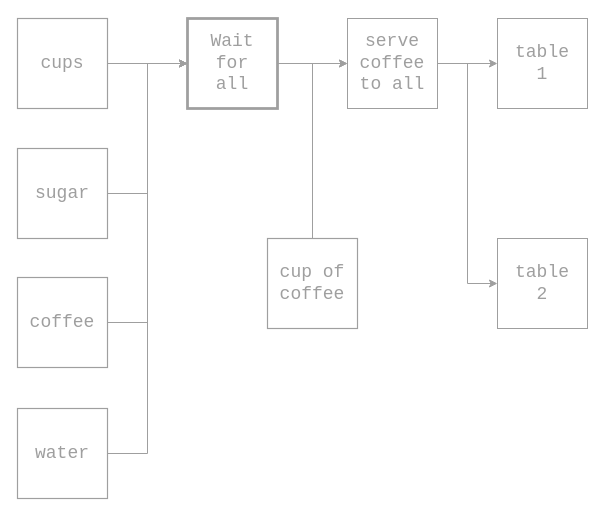
Before: _SRC/assets/drawio/Algo_as_Grafcet1.drawio in disco85/myblog, a draw.io diagram. Source tidied: cells renumbered, new cells numbered last; positions are measured from the earlier drawing's top-left corner, leaving out a move shared by most shapes. Both pictures are drawn from the tidied source at 100%, with x=0, y=0 at pixel (17, 18).
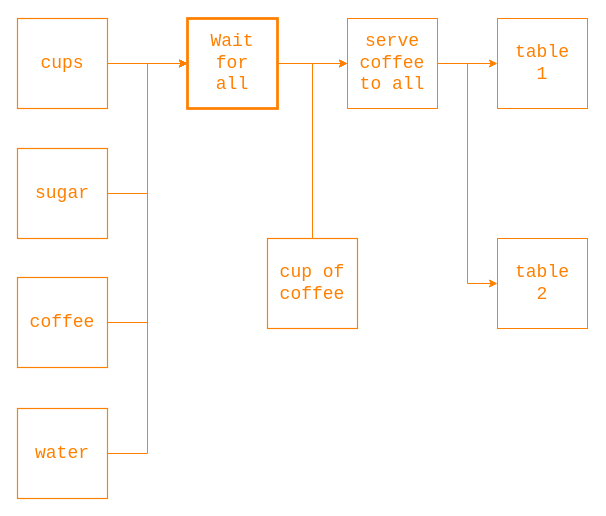
After the change.

Change to the diagram source:
```diff
@@
-    <mxCell id="2" style="edgeStyle=orthogonalEdgeStyle;rounded=0;jettySize=auto;html=1;exitX=1;exitY=0.5;exitDx=0;exitDy=0;strokeColor=#9F9F9F;fontColor=#9F9F9F;fontFamily=Monospace;fontSize=18;entryX=0;entryY=0.5;entryDx=0;entryDy=0;" parent="1" edge="1" source="3" target="11">
+    <mxCell id="2" style="edgeStyle=orthogonalEdgeStyle;rounded=0;jettySize=auto;html=1;exitX=1;exitY=0.5;exitDx=0;exitDy=0;strokeColor=#FF8000;fontColor=#FF8000;fontFamily=Monospace;fontSize=18;entryX=0;entryY=0.5;entryDx=0;entryDy=0;" parent="1" edge="1" source="3" target="11">
       <mxGeometry relative="1" as="geometry" />
     </mxCell>
-    <mxCell id="3" value="cups" style="text;html=1;whiteSpace=wrap;strokeColor=#9F9F9F;fillColor=none;align=center;verticalAlign=middle;rounded=0;fontSize=18;fontColor=#9F9F9F;fontFamily=Monospace;strokeWidth=1.1810999999999998;" parent="1" vertex="1">
+    <mxCell id="3" value="cups" style="text;html=1;whiteSpace=wrap;strokeColor=#FF8000;fillColor=none;align=center;verticalAlign=middle;rounded=0;fontSize=18;fontColor=#FF8000;fontFamily=Monospace;strokeWidth=1.1810999999999998;" parent="1" vertex="1">
       <mxGeometry width="90" height="90" as="geometry" />
     </mxCell>
-    <mxCell id="4" value="serve&lt;div&gt;coffee&lt;/div&gt;&lt;div&gt;to all&lt;/div&gt;" style="text;html=1;whiteSpace=wrap;strokeColor=#9F9F9F;fillColor=none;align=center;verticalAlign=middle;rounded=0;fontSize=18;points=[[0,0,0,0,0],[0,0.25,0,0,0],[0,0.5,0,0,0],[0,0.75,0,0,0],[0,1,0,0,0],[0.25,0,0,0,0],[0.25,1,0,0,0],[0.4,1,0,0,0],[0.5,0,0,0,0],[0.5,1,0,0,0],[0.63,1,0,0,0],[0.75,0,0,0,0],[0.75,1,0,0,0],[1,0,0,0,0],[1,0.25,0,0,0],[1,0.5,0,0,0],[1,0.75,0,0,0],[1,1,0,0,0]];fontColor=#9F9F9F;fontFamily=Monospace;" parent="1" vertex="1">
+    <mxCell id="4" value="serve&lt;div&gt;coffee&lt;/div&gt;&lt;div&gt;to all&lt;/div&gt;" style="text;html=1;whiteSpace=wrap;strokeColor=#FF8000;fillColor=none;align=center;verticalAlign=middle;rounded=0;fontSize=18;points=[[0,0,0,0,0],[0,0.25,0,0,0],[0,0.5,0,0,0],[0,0.75,0,0,0],[0,1,0,0,0],[0.25,0,0,0,0],[0.25,1,0,0,0],[0.4,1,0,0,0],[0.5,0,0,0,0],[0.5,1,0,0,0],[0.63,1,0,0,0],[0.75,0,0,0,0],[0.75,1,0,0,0],[1,0,0,0,0],[1,0.25,0,0,0],[1,0.5,0,0,0],[1,0.75,0,0,0],[1,1,0,0,0]];fontColor=#FF8000;fontFamily=Monospace;" parent="1" vertex="1">
       <mxGeometry x="330" width="90" height="90" as="geometry" />
     </mxCell>
@@
-    <mxCell id="11" value="Wait&lt;div&gt;for&lt;/div&gt;&lt;div&gt;all&lt;/div&gt;" style="text;html=1;whiteSpace=wrap;strokeColor=#9F9F9F;fillColor=none;align=center;verticalAlign=middle;rounded=0;fontSize=18;fontColor=#9F9F9F;fontFamily=Monospace;strokeWidth=2.7558999999999996;" parent="1" vertex="1">
+    <mxCell id="11" value="Wait&lt;div&gt;for&lt;/div&gt;&lt;div&gt;all&lt;/div&gt;" style="text;html=1;whiteSpace=wrap;strokeColor=#FF8000;fillColor=none;align=center;verticalAlign=middle;rounded=0;fontSize=18;fontColor=#FF8000;fontFamily=Monospace;strokeWidth=2.7558999999999996;" parent="1" vertex="1">
       <mxGeometry x="170" width="90" height="90" as="geometry" />
     </mxCell>
-    <mxCell id="12" style="edgeStyle=orthogonalEdgeStyle;rounded=0;jettySize=auto;html=1;exitX=1;exitY=0.5;exitDx=0;exitDy=0;entryX=0;entryY=0.5;entryDx=0;entryDy=0;entryPerimeter=0;strokeColor=#9F9F9F;align=center;verticalAlign=middle;fontFamily=Monospace;fontSize=18;fontColor=#9F9F9F;labelBackgroundColor=default;endArrow=classic;" parent="1" edge="1" source="11" target="4">
+    <mxCell id="12" style="edgeStyle=orthogonalEdgeStyle;rounded=0;jettySize=auto;html=1;exitX=1;exitY=0.5;exitDx=0;exitDy=0;entryX=0;entryY=0.5;entryDx=0;entryDy=0;entryPerimeter=0;strokeColor=#FF8000;align=center;verticalAlign=middle;fontFamily=Monospace;fontSize=18;fontColor=#FF8000;labelBackgroundColor=default;endArrow=classic;" parent="1" edge="1" source="11" target="4">
       <mxGeometry relative="1" as="geometry" />
     </mxCell>
-    <mxCell id="13" style="edgeStyle=orthogonalEdgeStyle;rounded=0;jettySize=auto;html=1;exitX=1;exitY=0.5;exitDx=0;exitDy=0;entryX=0;entryY=0.5;entryDx=0;entryDy=0;strokeColor=#9F9F9F;align=center;verticalAlign=middle;fontFamily=Monospace;fontSize=18;fontColor=#9F9F9F;labelBackgroundColor=default;endArrow=classic;" parent="1" edge="1" source="14" target="11">
+    <mxCell id="13" style="edgeStyle=orthogonalEdgeStyle;rounded=0;jettySize=auto;html=1;exitX=1;exitY=0.5;exitDx=0;exitDy=0;entryX=0;entryY=0.5;entryDx=0;entryDy=0;strokeColor=#FF8000;align=center;verticalAlign=middle;fontFamily=Monospace;fontSize=18;fontColor=#FF8000;labelBackgroundColor=default;endArrow=classic;" parent="1" edge="1" source="14" target="11">
       <mxGeometry relative="1" as="geometry" />
     </mxCell>
-    <mxCell id="14" value="sugar" style="text;html=1;whiteSpace=wrap;strokeColor=#9F9F9F;fillColor=none;align=center;verticalAlign=middle;rounded=0;fontSize=18;fontColor=#9F9F9F;fontFamily=Monospace;strokeWidth=1.1810999999999998;" parent="1" vertex="1">
+    <mxCell id="14" value="sugar" style="text;html=1;whiteSpace=wrap;strokeColor=#FF8000;fillColor=none;align=center;verticalAlign=middle;rounded=0;fontSize=18;fontColor=#FF8000;fontFamily=Monospace;strokeWidth=1.1810999999999998;" parent="1" vertex="1">
       <mxGeometry y="130" width="90" height="90" as="geometry" />
     </mxCell>
-    <mxCell id="15" style="edgeStyle=orthogonalEdgeStyle;rounded=0;jettySize=auto;html=1;exitX=1;exitY=0.5;exitDx=0;exitDy=0;entryX=0;entryY=0.5;entryDx=0;entryDy=0;strokeColor=#9F9F9F;align=center;verticalAlign=middle;fontFamily=Monospace;fontSize=18;fontColor=#9F9F9F;labelBackgroundColor=default;endArrow=classic;" parent="1" edge="1" source="16" target="11">
+    <mxCell id="15" style="edgeStyle=orthogonalEdgeStyle;rounded=0;jettySize=auto;html=1;exitX=1;exitY=0.5;exitDx=0;exitDy=0;entryX=0;entryY=0.5;entryDx=0;entryDy=0;strokeColor=#FF8000;align=center;verticalAlign=middle;fontFamily=Monospace;fontSize=18;fontColor=#FF8000;labelBackgroundColor=default;endArrow=classic;" parent="1" edge="1" source="16" target="11">
       <mxGeometry relative="1" as="geometry" />
     </mxCell>
-    <mxCell id="16" value="coffee" style="text;html=1;whiteSpace=wrap;strokeColor=#9F9F9F;fillColor=none;align=center;verticalAlign=middle;rounded=0;fontSize=18;fontColor=#9F9F9F;fontFamily=Monospace;strokeWidth=1.1810999999999998;" parent="1" vertex="1">
+    <mxCell id="16" value="coffee" style="text;html=1;whiteSpace=wrap;strokeColor=#FF8000;fillColor=none;align=center;verticalAlign=middle;rounded=0;fontSize=18;fontColor=#FF8000;fontFamily=Monospace;strokeWidth=1.1810999999999998;" parent="1" vertex="1">
       <mxGeometry y="259" width="90" height="90" as="geometry" />
     </mxCell>
-    <mxCell id="17" style="edgeStyle=orthogonalEdgeStyle;shape=connector;rounded=0;jettySize=auto;html=1;exitX=1;exitY=0.5;exitDx=0;exitDy=0;entryX=0;entryY=0.5;entryDx=0;entryDy=0;strokeColor=#9F9F9F;align=center;verticalAlign=middle;fontFamily=Monospace;fontSize=18;fontColor=#9F9F9F;labelBackgroundColor=default;endArrow=classic;" parent="1" edge="1" source="18" target="11">
+    <mxCell id="17" style="edgeStyle=orthogonalEdgeStyle;shape=connector;rounded=0;jettySize=auto;html=1;exitX=1;exitY=0.5;exitDx=0;exitDy=0;entryX=0;entryY=0.5;entryDx=0;entryDy=0;strokeColor=#FF8000;align=center;verticalAlign=middle;fontFamily=Monospace;fontSize=18;fontColor=#FF8000;labelBackgroundColor=default;endArrow=classic;" parent="1" edge="1" source="18" target="11">
       <mxGeometry relative="1" as="geometry" />
     </mxCell>
-    <mxCell id="18" value="water" style="text;html=1;whiteSpace=wrap;strokeColor=#9F9F9F;fillColor=none;align=center;verticalAlign=middle;rounded=0;fontSize=18;fontColor=#9F9F9F;fontFamily=Monospace;strokeWidth=1.1810999999999998;" parent="1" vertex="1">
+    <mxCell id="18" value="water" style="text;html=1;whiteSpace=wrap;strokeColor=#FF8000;fillColor=none;align=center;verticalAlign=middle;rounded=0;fontSize=18;fontColor=#FF8000;fontFamily=Monospace;strokeWidth=1.1810999999999998;" parent="1" vertex="1">
       <mxGeometry y="390" width="90" height="90" as="geometry" />
     </mxCell>
-    <mxCell id="19" value="table&lt;div&gt;1&lt;/div&gt;" style="text;html=1;whiteSpace=wrap;strokeColor=#9F9F9F;fillColor=none;align=center;verticalAlign=middle;rounded=0;fontSize=18;points=[[0,0,0,0,0],[0,0.25,0,0,0],[0,0.5,0,0,0],[0,0.75,0,0,0],[0,1,0,0,0],[0.25,0,0,0,0],[0.25,1,0,0,0],[0.4,1,0,0,0],[0.5,0,0,0,0],[0.5,1,0,0,0],[0.63,1,0,0,0],[0.75,0,0,0,0],[0.75,1,0,0,0],[1,0,0,0,0],[1,0.25,0,0,0],[1,0.5,0,0,0],[1,0.75,0,0,0],[1,1,0,0,0]];fontColor=#9F9F9F;fontFamily=Monospace;" parent="1" vertex="1">
+    <mxCell id="19" value="table&lt;div&gt;1&lt;/div&gt;" style="text;html=1;whiteSpace=wrap;strokeColor=#FF8000;fillColor=none;align=center;verticalAlign=middle;rounded=0;fontSize=18;points=[[0,0,0,0,0],[0,0.25,0,0,0],[0,0.5,0,0,0],[0,0.75,0,0,0],[0,1,0,0,0],[0.25,0,0,0,0],[0.25,1,0,0,0],[0.4,1,0,0,0],[0.5,0,0,0,0],[0.5,1,0,0,0],[0.63,1,0,0,0],[0.75,0,0,0,0],[0.75,1,0,0,0],[1,0,0,0,0],[1,0.25,0,0,0],[1,0.5,0,0,0],[1,0.75,0,0,0],[1,1,0,0,0]];fontColor=#FF8000;fontFamily=Monospace;" parent="1" vertex="1">
       <mxGeometry x="480" width="90" height="90" as="geometry" />
     </mxCell>
-    <mxCell id="20" value="table&lt;div&gt;2&lt;/div&gt;" style="text;html=1;whiteSpace=wrap;strokeColor=#9F9F9F;fillColor=none;align=center;verticalAlign=middle;rounded=0;fontSize=18;points=[[0,0,0,0,0],[0,0.25,0,0,0],[0,0.5,0,0,0],[0,0.75,0,0,0],[0,1,0,0,0],[0.25,0,0,0,0],[0.25,1,0,0,0],[0.4,1,0,0,0],[0.5,0,0,0,0],[0.5,1,0,0,0],[0.63,1,0,0,0],[0.75,0,0,0,0],[0.75,1,0,0,0],[1,0,0,0,0],[1,0.25,0,0,0],[1,0.5,0,0,0],[1,0.75,0,0,0],[1,1,0,0,0]];fontColor=#9F9F9F;fontFamily=Monospace;" parent="1" vertex="1">
+    <mxCell id="20" value="table&lt;div&gt;2&lt;/div&gt;" style="text;html=1;whiteSpace=wrap;strokeColor=#FF8000;fillColor=none;align=center;verticalAlign=middle;rounded=0;fontSize=18;points=[[0,0,0,0,0],[0,0.25,0,0,0],[0,0.5,0,0,0],[0,0.75,0,0,0],[0,1,0,0,0],[0.25,0,0,0,0],[0.25,1,0,0,0],[0.4,1,0,0,0],[0.5,0,0,0,0],[0.5,1,0,0,0],[0.63,1,0,0,0],[0.75,0,0,0,0],[0.75,1,0,0,0],[1,0,0,0,0],[1,0.25,0,0,0],[1,0.5,0,0,0],[1,0.75,0,0,0],[1,1,0,0,0]];fontColor=#FF8000;fontFamily=Monospace;" parent="1" vertex="1">
       <mxGeometry x="480" y="220" width="90" height="90" as="geometry" />
     </mxCell>
-    <mxCell id="21" style="edgeStyle=orthogonalEdgeStyle;shape=connector;rounded=0;jettySize=auto;html=1;exitX=1;exitY=0.5;exitDx=0;exitDy=0;exitPerimeter=0;entryX=0;entryY=0.5;entryDx=0;entryDy=0;entryPerimeter=0;strokeColor=#9F9F9F;align=center;verticalAlign=middle;fontFamily=Monospace;fontSize=18;fontColor=#9F9F9F;labelBackgroundColor=default;endArrow=classic;" parent="1" edge="1" source="4" target="19">
+    <mxCell id="21" style="edgeStyle=orthogonalEdgeStyle;shape=connector;rounded=0;jettySize=auto;html=1;exitX=1;exitY=0.5;exitDx=0;exitDy=0;exitPerimeter=0;entryX=0;entryY=0.5;entryDx=0;entryDy=0;entryPerimeter=0;strokeColor=#FF8000;align=center;verticalAlign=middle;fontFamily=Monospace;fontSize=18;fontColor=#FF8000;labelBackgroundColor=default;endArrow=classic;" parent="1" edge="1" source="4" target="19">
       <mxGeometry relative="1" as="geometry" />
     </mxCell>
-    <mxCell id="22" style="edgeStyle=orthogonalEdgeStyle;shape=connector;rounded=0;jettySize=auto;html=1;exitX=1;exitY=0.5;exitDx=0;exitDy=0;exitPerimeter=0;entryX=0;entryY=0.5;entryDx=0;entryDy=0;entryPerimeter=0;strokeColor=#9F9F9F;align=center;verticalAlign=middle;fontFamily=Monospace;fontSize=18;fontColor=#9F9F9F;labelBackgroundColor=default;endArrow=classic;" parent="1" edge="1" source="4" target="20">
+    <mxCell id="22" style="edgeStyle=orthogonalEdgeStyle;shape=connector;rounded=0;jettySize=auto;html=1;exitX=1;exitY=0.5;exitDx=0;exitDy=0;exitPerimeter=0;entryX=0;entryY=0.5;entryDx=0;entryDy=0;entryPerimeter=0;strokeColor=#FF8000;align=center;verticalAlign=middle;fontFamily=Monospace;fontSize=18;fontColor=#FF8000;labelBackgroundColor=default;endArrow=classic;" parent="1" edge="1" source="4" target="20">
       <mxGeometry relative="1" as="geometry" />
     </mxCell>
-    <mxCell id="23" value="cup of&lt;div&gt;coffee&lt;/div&gt;" style="text;html=1;whiteSpace=wrap;strokeColor=#9F9F9F;fillColor=none;align=center;verticalAlign=middle;rounded=0;fontSize=18;fontColor=#9F9F9F;fontFamily=Monospace;strokeWidth=1.1810999999999998;" parent="1" vertex="1">
+    <mxCell id="23" value="cup of&lt;div&gt;coffee&lt;/div&gt;" style="text;html=1;whiteSpace=wrap;strokeColor=#FF8000;fillColor=none;align=center;verticalAlign=middle;rounded=0;fontSize=18;fontColor=#FF8000;fontFamily=Monospace;strokeWidth=1.1810999999999998;" parent="1" vertex="1">
       <mxGeometry x="250" y="220" width="90" height="90" as="geometry" />
     </mxCell>
-    <mxCell id="24" style="edgeStyle=orthogonalEdgeStyle;shape=connector;rounded=0;jettySize=auto;html=1;exitX=0.5;exitY=0;exitDx=0;exitDy=0;entryX=0;entryY=0.5;entryDx=0;entryDy=0;entryPerimeter=0;strokeColor=#9F9F9F;align=center;verticalAlign=middle;fontFamily=Monospace;fontSize=18;fontColor=#9F9F9F;labelBackgroundColor=default;endArrow=classic;" parent="1" edge="1" source="23" target="4">
+    <mxCell id="24" style="edgeStyle=orthogonalEdgeStyle;shape=connector;rounded=0;jettySize=auto;html=1;exitX=0.5;exitY=0;exitDx=0;exitDy=0;entryX=0;entryY=0.5;entryDx=0;entryDy=0;entryPerimeter=0;strokeColor=#FF8000;align=center;verticalAlign=middle;fontFamily=Monospace;fontSize=18;fontColor=#FF8000;labelBackgroundColor=default;endArrow=classic;" parent="1" edge="1" source="23" target="4">
       <mxGeometry relative="1" as="geometry" />
     </mxCell>
```
